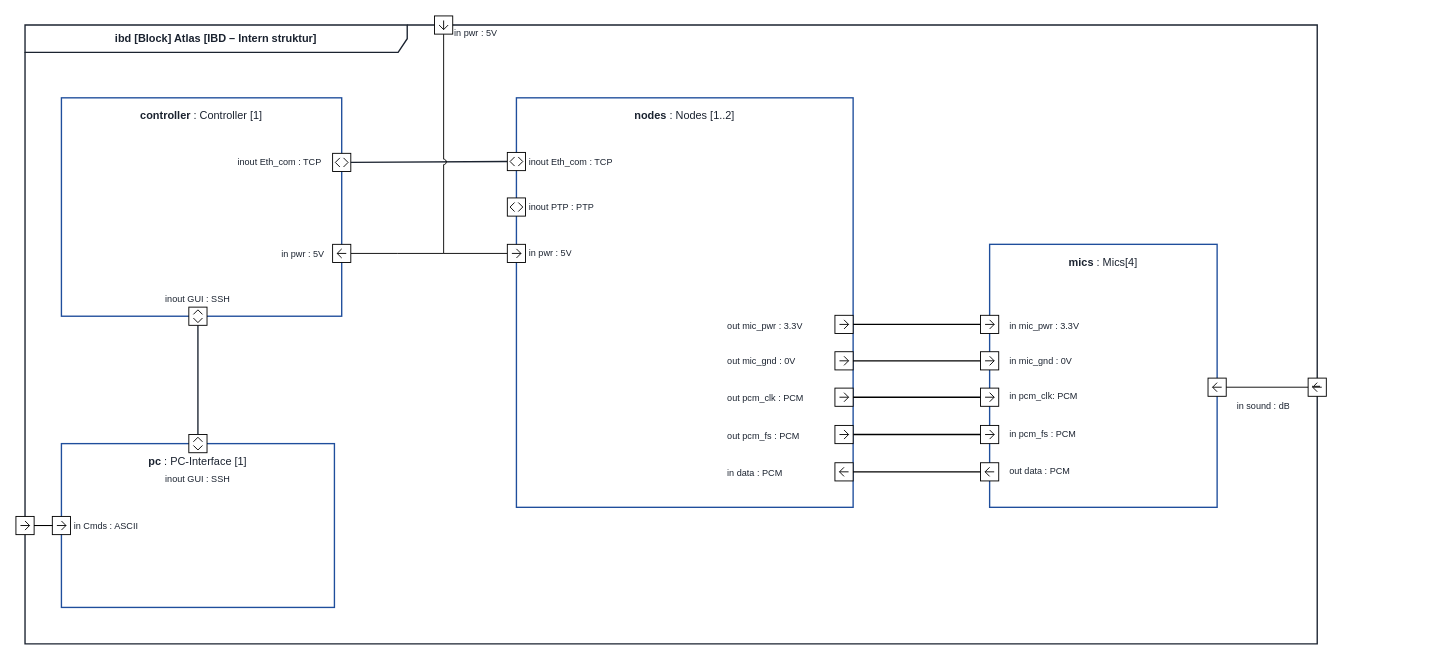
Earlier version of the draw.io diagram page "IBD – Atlas" (1 of 3) of docs/construction/IBD-ATLAS.drawio (ViktorFoerrisdahl/SW3PRJ3_5). Source tidied: cells renumbered, new cells numbered last; positions are measured from the earlier drawing's top-left corner, leaving out a move shared by most shapes. Both pictures are drawn from the tidied source at 91%, with x=0, y=0 at pixel (15, 15).
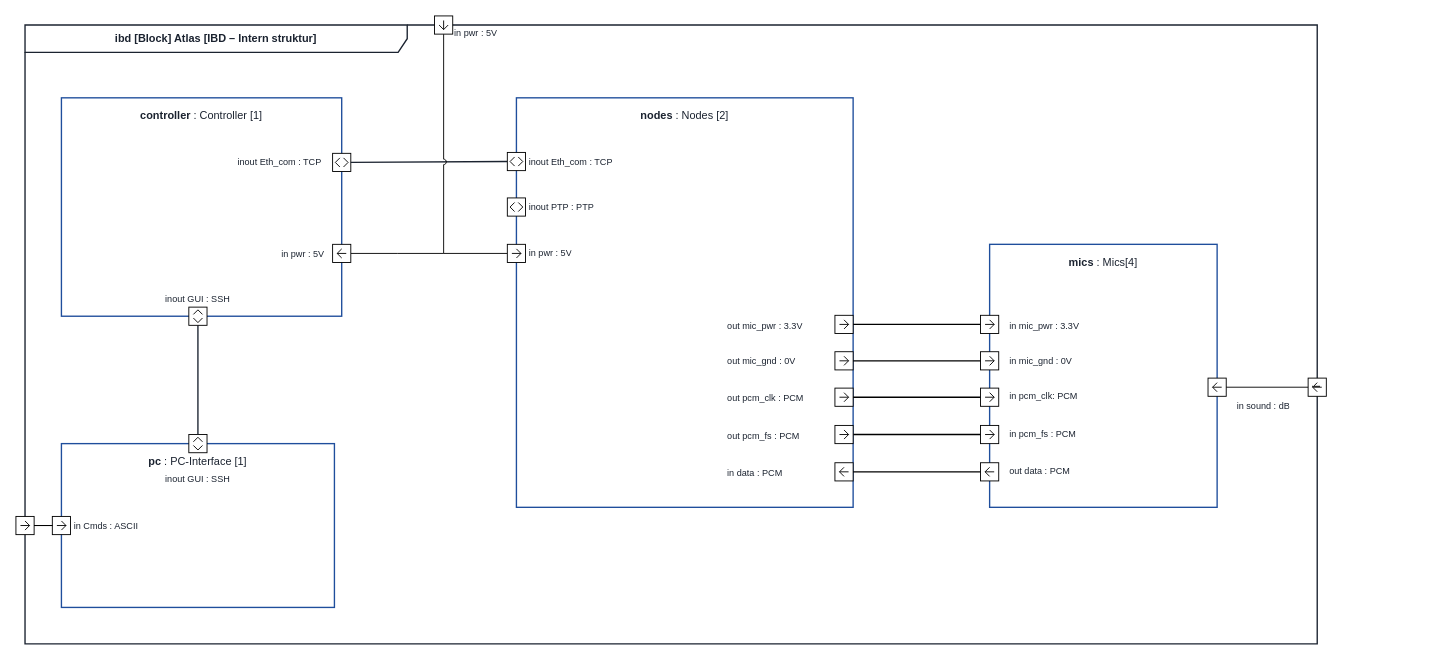
The same diagram, later.

Diff of the diagram source:
```diff
@@
-    <mxCell id="11" value="&lt;b&gt;nodes&lt;/b&gt; : Nodes [1..2]" style="rounded=0;whiteSpace=wrap;html=1;verticalAlign=top;align=center;spacingTop=6;fontSize=12;fontColor=#1b2330;fillColor=#ffffff;strokeColor=#1f4e9c;strokeWidth=1.5;" parent="1" vertex="1">
+    <mxCell id="11" value="&lt;b&gt;nodes&lt;/b&gt; : Nodes [2]" style="rounded=0;whiteSpace=wrap;html=1;verticalAlign=top;align=center;spacingTop=6;fontSize=12;fontColor=#1b2330;fillColor=#ffffff;strokeColor=#1f4e9c;strokeWidth=1.5;" parent="1" vertex="1">
       <mxGeometry x="550" y="90" width="370" height="450" as="geometry" />
     </mxCell>
```
